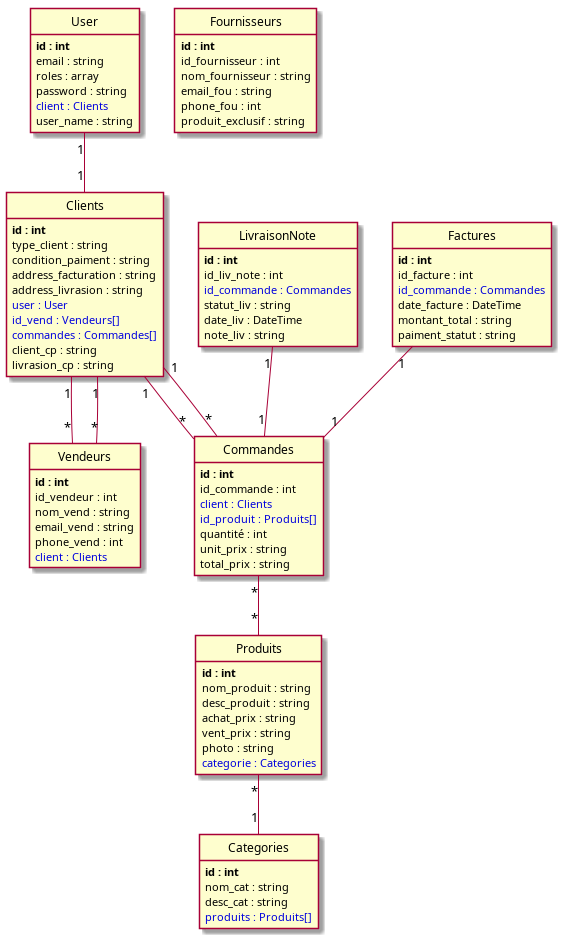
NasiraNaiby/sf_green_village_v2 keeps this PlantUML diagram as puml/index.png. Above is the earlier version. Its source is kept beside it as puml/index.puml.
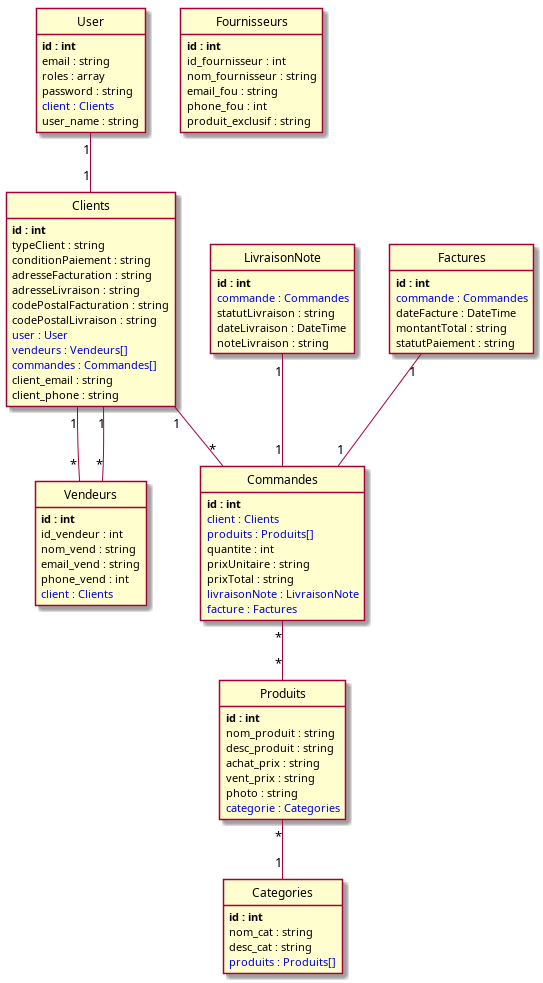
The same file after the commit.

What changed in the source:
```diff
@@ -29,33 +29,33 @@
 
 class LivraisonNote {
 	**id : int**
-	id_liv_note : int
-	<color:#0000dd>id_commande : Commandes</color>
-	statut_liv : string
-	date_liv : DateTime
-	note_liv : string
+	<color:#0000dd>commande : Commandes</color>
+	statutLivraison : string
+	dateLivraison : DateTime
+	noteLivraison : string
 }
 
 class Clients {
 	**id : int**
-	type_client : string
-	condition_paiment : string
-	address_facturation : string
-	address_livrasion : string
+	typeClient : string
+	conditionPaiement : string
+	adresseFacturation : string
+	adresseLivraison : string
+	codePostalFacturation : string
+	codePostalLivraison : string
 	<color:#0000dd>user : User</color>
-	<color:#0000dd>id_vend : Vendeurs[]</color>
+	<color:#0000dd>vendeurs : Vendeurs[]</color>
 	<color:#0000dd>commandes : Commandes[]</color>
-	client_cp : string
-	livrasion_cp : string
+	client_email : string
+	client_phone : string
 }
 
 class Factures {
 	**id : int**
-	id_facture : int
-	<color:#0000dd>id_commande : Commandes</color>
-	date_facture : DateTime
-	montant_total : string
-	paiment_statut : string
+	<color:#0000dd>commande : Commandes</color>
+	dateFacture : DateTime
+	montantTotal : string
+	statutPaiement : string
 }
 
 class Fournisseurs {
@@ -76,12 +76,13 @@
 
 class Commandes {
 	**id : int**
-	id_commande : int
 	<color:#0000dd>client : Clients</color>
-	<color:#0000dd>id_produit : Produits[]</color>
-	quantité : int
-	unit_prix : string
-	total_prix : string
+	<color:#0000dd>produits : Produits[]</color>
+	quantite : int
+	prixUnitaire : string
+	prixTotal : string
+	<color:#0000dd>livraisonNote : LivraisonNote</color>
+	<color:#0000dd>facture : Factures</color>
 }
 
 User "1"--"1" Clients
@@ -91,7 +92,6 @@
 Clients "1"--"*" Vendeurs
 Clients "1"--"*" Commandes
 Factures "1"--"1" Commandes
-Commandes "*"--"1" Clients
 Commandes "*"--"*" Produits
 
 
```
